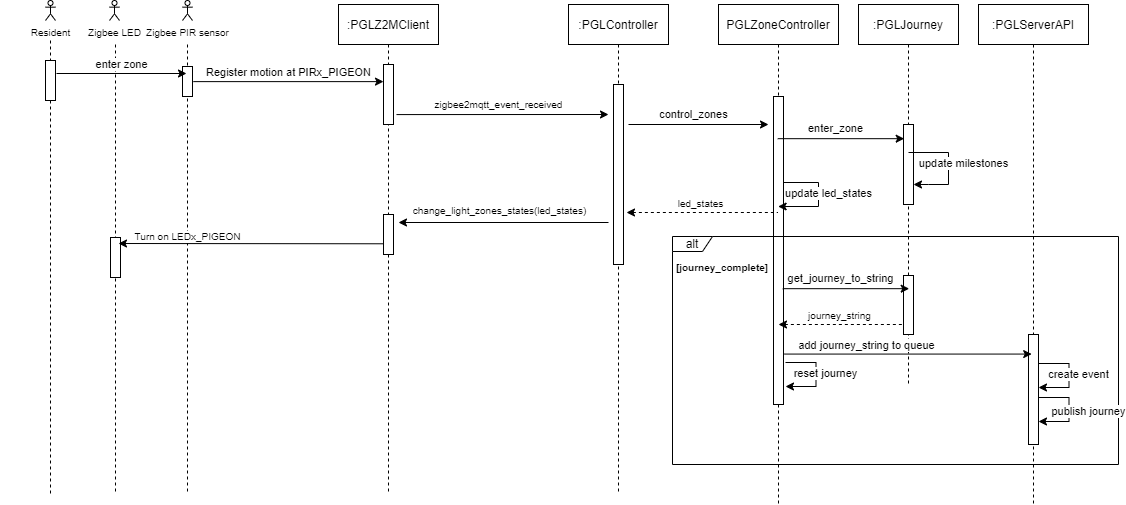
BusterSalomon/PGL keeps this draw.io diagram as UML_Diagrams/SequenceDiagrams/enterzonesequence.png. Above is the earlier version. Source tidied: cells renumbered, new cells last; positions are measured from the earlier drawing's top-left corner, leaving out a move shared by most shapes.
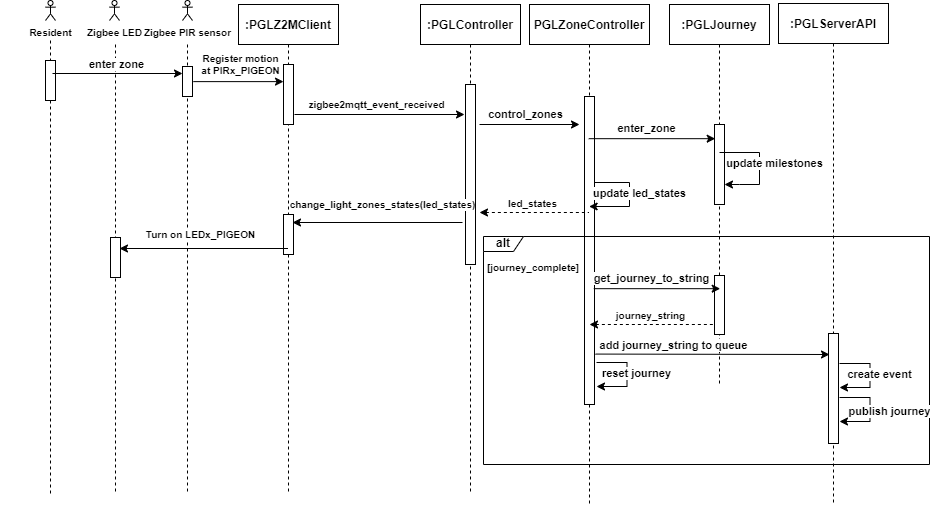
Above is the later version.

The edit, as a diff of the source:
```diff
@@ -2,40 +2,40 @@
   <root>
     <mxCell id="0" />
     <mxCell id="1" parent="0" />
-    <mxCell id="2" style="shape=umlLifeline;perimeter=lifelinePerimeter;rounded=0;shadow=0;strokeWidth=1;size=0;" parent="1" vertex="1">
-      <mxGeometry x="137" y="44" width="100" height="450" as="geometry" />
+    <mxCell id="2" style="shape=umlLifeline;perimeter=lifelinePerimeter;rounded=0;shadow=0;strokeWidth=1;size=0;fontStyle=1;" parent="1" vertex="1">
+      <mxGeometry x="326" y="44" width="100" height="450" as="geometry" />
     </mxCell>
-    <mxCell id="3" style="points=[];perimeter=orthogonalPerimeter;rounded=0;shadow=0;strokeWidth=1;" parent="2" vertex="1">
+    <mxCell id="3" style="points=[];perimeter=orthogonalPerimeter;rounded=0;shadow=0;strokeWidth=1;fontStyle=1;" parent="2" vertex="1">
       <mxGeometry x="45" y="22" width="10" height="30" as="geometry" />
     </mxCell>
-    <mxCell id="4" value=":PGLZ2MClient" style="shape=umlLifeline;perimeter=lifelinePerimeter;rounded=0;shadow=0;strokeWidth=1;" parent="1" vertex="1">
-      <mxGeometry x="338" y="4" width="100" height="490" as="geometry" />
+    <mxCell id="4" value=":PGLZ2MClient" style="shape=umlLifeline;perimeter=lifelinePerimeter;rounded=0;shadow=0;strokeWidth=1;fontStyle=1;" parent="1" vertex="1">
+      <mxGeometry x="427" y="4" width="100" height="490" as="geometry" />
     </mxCell>
-    <mxCell id="5" style="points=[];perimeter=orthogonalPerimeter;rounded=0;shadow=0;strokeWidth=1;" parent="4" vertex="1">
+    <mxCell id="5" style="points=[];perimeter=orthogonalPerimeter;rounded=0;shadow=0;strokeWidth=1;fontStyle=1;" parent="4" vertex="1">
       <mxGeometry x="45" y="60" width="10" height="60" as="geometry" />
     </mxCell>
-    <mxCell id="6" style="perimeter=orthogonalPerimeter;rounded=0;shadow=0;strokeWidth=1;" parent="4" vertex="1">
+    <mxCell id="6" style="perimeter=orthogonalPerimeter;rounded=0;shadow=0;strokeWidth=1;fontStyle=1;" parent="4" vertex="1">
       <mxGeometry x="45" y="210" width="10" height="40" as="geometry" />
     </mxCell>
-    <mxCell id="7" value=":PGLController" style="shape=umlLifeline;perimeter=lifelinePerimeter;rounded=0;shadow=0;strokeWidth=1;" parent="1" vertex="1">
-      <mxGeometry x="568" y="4" width="100" height="490" as="geometry" />
+    <mxCell id="7" value=":PGLController" style="shape=umlLifeline;perimeter=lifelinePerimeter;rounded=0;shadow=0;strokeWidth=1;fontStyle=1;" parent="1" vertex="1">
+      <mxGeometry x="609" y="4" width="100" height="490" as="geometry" />
     </mxCell>
-    <mxCell id="8" style="perimeter=orthogonalPerimeter;rounded=0;shadow=0;strokeWidth=1;" parent="7" vertex="1">
+    <mxCell id="8" style="perimeter=orthogonalPerimeter;rounded=0;shadow=0;strokeWidth=1;fontStyle=1;" parent="7" vertex="1">
       <mxGeometry x="45" y="80" width="10" height="180" as="geometry" />
     </mxCell>
-    <mxCell id="9" value="PGLZoneController" style="shape=umlLifeline;perimeter=lifelinePerimeter;rounded=0;shadow=0;strokeWidth=1;" parent="1" vertex="1">
+    <mxCell id="9" value="PGLZoneController" style="shape=umlLifeline;perimeter=lifelinePerimeter;rounded=0;shadow=0;strokeWidth=1;fontStyle=1;" parent="1" vertex="1">
       <mxGeometry x="718" y="4" width="120" height="500" as="geometry" />
     </mxCell>
-    <mxCell id="10" style="perimeter=orthogonalPerimeter;rounded=0;shadow=0;strokeWidth=1;" parent="9" vertex="1">
+    <mxCell id="10" style="perimeter=orthogonalPerimeter;rounded=0;shadow=0;strokeWidth=1;fontStyle=1;" parent="9" vertex="1">
       <mxGeometry x="55" y="92" width="10" height="308" as="geometry" />
     </mxCell>
-    <mxCell id="11" value=":PGLJourney" style="shape=umlLifeline;perimeter=lifelinePerimeter;rounded=0;shadow=0;strokeWidth=1;" parent="1" vertex="1">
+    <mxCell id="11" value=":PGLJourney" style="shape=umlLifeline;perimeter=lifelinePerimeter;rounded=0;shadow=0;strokeWidth=1;fontStyle=1;" parent="1" vertex="1">
       <mxGeometry x="858" y="4" width="100" height="380" as="geometry" />
     </mxCell>
-    <mxCell id="12" style="points=[];perimeter=orthogonalPerimeter;rounded=0;shadow=0;strokeWidth=1;" parent="11" vertex="1">
+    <mxCell id="12" style="points=[];perimeter=orthogonalPerimeter;rounded=0;shadow=0;strokeWidth=1;fontStyle=1;" parent="11" vertex="1">
       <mxGeometry x="45" y="120" width="10" height="80" as="geometry" />
     </mxCell>
-    <mxCell id="13" value="update milestones" style="endArrow=classic;html=1;rounded=0;" parent="11" edge="1" target="12">
+    <mxCell id="13" value="update milestones" style="endArrow=classic;html=1;rounded=0;fontStyle=1;" parent="11" edge="1" target="12">
       <mxGeometry x="-0.05" y="15" relative="1" as="geometry">
         <mxPoint x="50" y="148" as="sourcePoint" />
         <Array as="points">
@@ -45,61 +45,60 @@
         </Array>
       </mxGeometry>
     </mxCell>
-    <mxCell id="14" style="perimeter=orthogonalPerimeter;rounded=0;shadow=0;strokeWidth=1;" parent="1" vertex="1">
+    <mxCell id="14" style="perimeter=orthogonalPerimeter;rounded=0;shadow=0;strokeWidth=1;fontStyle=1;" parent="1" vertex="1">
       <mxGeometry x="903" y="275" width="10" height="59" as="geometry" />
     </mxCell>
-    <mxCell id="15" style="shape=umlLifeline;perimeter=lifelinePerimeter;rounded=0;shadow=0;strokeWidth=1;size=0;" parent="1" vertex="1">
-      <mxGeometry x="65" y="44" width="100" height="450" as="geometry" />
+    <mxCell id="15" style="shape=umlLifeline;perimeter=lifelinePerimeter;rounded=0;shadow=0;strokeWidth=1;size=0;fontStyle=1;" parent="1" vertex="1">
+      <mxGeometry x="254" y="44" width="100" height="450" as="geometry" />
     </mxCell>
-    <mxCell id="16" style="points=[];perimeter=orthogonalPerimeter;rounded=0;shadow=0;strokeWidth=1;" parent="15" vertex="1">
+    <mxCell id="16" style="points=[];perimeter=orthogonalPerimeter;rounded=0;shadow=0;strokeWidth=1;fontStyle=1;" parent="15" vertex="1">
       <mxGeometry x="45" y="193" width="10" height="40" as="geometry" />
     </mxCell>
-    <mxCell id="17" value="Register motion at PIRx_PIGEON" style="endArrow=classic;html=1;rounded=0;exitX=1.083;exitY=0.504;exitDx=0;exitDy=0;exitPerimeter=0;" parent="1" edge="1" source="3" target="5">
-      <mxGeometry y="9" relative="1" as="geometry" />
+    <mxCell id="17" value="Register motion &lt;br&gt;at PIRx_PIGEON" style="endArrow=classic;rounded=0;exitX=1.083;exitY=0.504;exitDx=0;exitDy=0;exitPerimeter=0;fontSize=10;html=1;spacing=10;fontStyle=1;" parent="1" edge="1" source="3" target="5">
+      <mxGeometry x="0.05" y="17" relative="1" as="geometry">
+        <mxPoint x="1" as="offset" />
+      </mxGeometry>
     </mxCell>
-    <mxCell id="18" value="zigbee2mqtt_event_received" style="endArrow=classic;html=1;rounded=0;exitX=1.5;exitY=0.313;exitDx=0;exitDy=0;exitPerimeter=0;strokeWidth=1;fontSize=10;" parent="1" edge="1">
+    <mxCell id="18" value="zigbee2mqtt_event_received" style="endArrow=classic;html=1;rounded=0;strokeWidth=1;fontSize=10;fontStyle=1;" parent="1" edge="1">
       <mxGeometry x="-0.04" y="10" relative="1" as="geometry">
-        <mxPoint x="396" y="114.1" as="sourcePoint" />
-        <mxPoint x="608" y="114" as="targetPoint" />
+        <mxPoint x="483" y="114" as="sourcePoint" />
+        <mxPoint x="653" y="114" as="targetPoint" />
       </mxGeometry>
     </mxCell>
-    <mxCell id="19" value="change_light_zones_states(led_states)" style="endArrow=classic;html=1;rounded=0;strokeWidth=1;fontSize=10;" parent="1" edge="1">
-      <mxGeometry x="0.05" y="-12" relative="1" as="geometry">
-        <mxPoint x="608" y="222" as="sourcePoint" />
-        <mxPoint x="398" y="222" as="targetPoint" />
+    <mxCell id="19" value="change_light_zones_states(led_states)" style="endArrow=classic;html=1;rounded=0;strokeWidth=1;fontSize=10;fontStyle=1;" parent="1" edge="1">
+      <mxGeometry x="-0.06" y="-18" relative="1" as="geometry">
+        <mxPoint x="651" y="222" as="sourcePoint" />
+        <mxPoint x="481" y="222" as="targetPoint" />
       </mxGeometry>
     </mxCell>
-    <mxCell id="20" value="Turn on LEDx_PIGEON" style="endArrow=classic;html=1;rounded=0;strokeWidth=1;fontSize=10;exitX=0.032;exitY=0.796;exitDx=0;exitDy=0;exitPerimeter=0;" parent="1" edge="1">
-      <mxGeometry x="0.49" y="-7" relative="1" as="geometry">
-        <mxPoint x="383.3" y="243.3" as="sourcePoint" />
-        <mxPoint x="118" y="243" as="targetPoint" />
-      </mxGeometry>
+    <mxCell id="20" value="Turn on LEDx_PIGEON" style="endArrow=classic;html=1;rounded=0;strokeWidth=1;fontSize=10;entryX=0.9;entryY=0.275;entryDx=0;entryDy=0;entryPerimeter=0;fontStyle=1;" parent="1" edge="1" source="4" target="16">
+      <mxGeometry x="0.04" y="-14" relative="1" as="geometry" />
     </mxCell>
-    <mxCell id="21" value="led_states" style="endArrow=none;html=1;rounded=0;strokeWidth=1;fontSize=10;startArrow=classic;startFill=1;endFill=0;dashed=1;" parent="1" edge="1">
+    <mxCell id="21" value="led_states" style="endArrow=none;html=1;rounded=0;strokeWidth=1;fontSize=10;startArrow=classic;startFill=1;endFill=0;dashed=1;fontStyle=1;" parent="1" edge="1">
       <mxGeometry x="-0.02" y="9" relative="1" as="geometry">
-        <mxPoint x="626" y="212" as="sourcePoint" />
+        <mxPoint x="668" y="212" as="sourcePoint" />
         <mxPoint x="777.5" y="212" as="targetPoint" />
       </mxGeometry>
     </mxCell>
-    <mxCell id="22" value="Zigbee LED" style="shape=umlActor;verticalLabelPosition=bottom;verticalAlign=top;html=1;fontSize=10;" parent="1" vertex="1">
-      <mxGeometry x="109" width="10" height="20" as="geometry" />
+    <mxCell id="22" value="Zigbee LED" style="shape=umlActor;verticalLabelPosition=bottom;verticalAlign=top;html=1;fontSize=10;fontStyle=1;" parent="1" vertex="1">
+      <mxGeometry x="298" width="10" height="20" as="geometry" />
     </mxCell>
-    <mxCell id="23" value="Zigbee PIR sensor" style="shape=umlActor;verticalLabelPosition=bottom;verticalAlign=top;html=1;fontSize=10;" parent="1" vertex="1">
-      <mxGeometry x="182" width="10" height="20" as="geometry" />
+    <mxCell id="23" value="Zigbee PIR sensor" style="shape=umlActor;verticalLabelPosition=bottom;verticalAlign=top;html=1;fontSize=10;fontStyle=1;" parent="1" vertex="1">
+      <mxGeometry x="371" width="10" height="20" as="geometry" />
     </mxCell>
-    <mxCell id="24" value="control_zones" style="endArrow=classic;html=1;rounded=0;" parent="1" edge="1">
+    <mxCell id="24" value="control_zones" style="endArrow=classic;html=1;rounded=0;fontStyle=1;" parent="1" edge="1">
       <mxGeometry x="-0.08" y="10" relative="1" as="geometry">
-        <mxPoint x="628" y="124" as="sourcePoint" />
+        <mxPoint x="668" y="124" as="sourcePoint" />
         <mxPoint x="768" y="124" as="targetPoint" />
       </mxGeometry>
     </mxCell>
-    <mxCell id="25" value="enter_zone" style="endArrow=classic;html=1;rounded=0;entryX=0.07;entryY=0.155;entryDx=0;entryDy=0;entryPerimeter=0;" parent="1" edge="1">
+    <mxCell id="25" value="enter_zone" style="endArrow=classic;html=1;rounded=0;entryX=0.07;entryY=0.155;entryDx=0;entryDy=0;entryPerimeter=0;fontStyle=1;" parent="1" edge="1">
       <mxGeometry x="-0.08" y="10" relative="1" as="geometry">
         <mxPoint x="777.2" y="138.2" as="sourcePoint" />
         <mxPoint x="903.7" y="138.2" as="targetPoint" />
       </mxGeometry>
     </mxCell>
-    <mxCell id="26" value="update led_states" style="endArrow=classic;html=1;rounded=0;" parent="1" edge="1">
+    <mxCell id="26" value="update led_states" style="endArrow=classic;html=1;rounded=0;fontStyle=1;" parent="1" edge="1">
       <mxGeometry x="-0.08" y="10" relative="1" as="geometry">
         <mxPoint x="783" y="182" as="sourcePoint" />
         <mxPoint x="777.6" y="206" as="targetPoint" />
@@ -110,59 +109,59 @@
         </Array>
       </mxGeometry>
     </mxCell>
-    <mxCell id="27" value=":PGLServerAPI" style="shape=umlLifeline;perimeter=lifelinePerimeter;rounded=0;shadow=0;strokeWidth=1;" parent="1" vertex="1">
-      <mxGeometry x="978" y="4" width="110" height="500" as="geometry" />
+    <mxCell id="27" value=":PGLServerAPI" style="shape=umlLifeline;perimeter=lifelinePerimeter;rounded=0;shadow=0;strokeWidth=1;fontStyle=1;" parent="1" vertex="1">
+      <mxGeometry x="967" y="3" width="110" height="500" as="geometry" />
     </mxCell>
-    <mxCell id="28" style="perimeter=orthogonalPerimeter;rounded=0;shadow=0;strokeWidth=1;" parent="27" vertex="1">
+    <mxCell id="28" style="perimeter=orthogonalPerimeter;rounded=0;shadow=0;strokeWidth=1;fontStyle=1;" parent="27" vertex="1">
       <mxGeometry x="50" y="330" width="10" height="110" as="geometry" />
     </mxCell>
-    <mxCell id="29" value="alt" style="shape=umlFrame;whiteSpace=wrap;html=1;width=40;height=15;" parent="1" vertex="1">
+    <mxCell id="29" value="alt" style="shape=umlFrame;whiteSpace=wrap;html=1;width=40;height=15;fontStyle=1;" parent="1" vertex="1">
       <mxGeometry x="672" y="236" width="446" height="228" as="geometry" />
     </mxCell>
     <mxCell id="30" value="&lt;font style=&quot;font-size: 10px;&quot;&gt;[journey_complete]&lt;/font&gt;" style="text;html=1;strokeColor=none;fillColor=none;align=center;verticalAlign=middle;whiteSpace=wrap;rounded=0;fontStyle=1;" parent="29" vertex="1">
       <mxGeometry x="10" y="16" width="80" height="30" as="geometry" />
     </mxCell>
-    <mxCell id="31" value="journey_string" style="endArrow=none;html=1;rounded=0;strokeWidth=1;fontSize=10;startArrow=classic;startFill=1;endFill=0;dashed=1;" parent="29" edge="1">
+    <mxCell id="31" value="journey_string" style="endArrow=none;html=1;rounded=0;strokeWidth=1;fontSize=10;startArrow=classic;startFill=1;endFill=0;dashed=1;fontStyle=1;" parent="29" edge="1">
       <mxGeometry x="-0.02" y="9" relative="1" as="geometry">
         <mxPoint x="106" y="88" as="sourcePoint" />
         <mxPoint x="231" y="88" as="targetPoint" />
       </mxGeometry>
     </mxCell>
-    <mxCell id="32" value="get_journey_to_string" style="endArrow=classic;html=1;rounded=0;entryX=0.07;entryY=0.155;entryDx=0;entryDy=0;entryPerimeter=0;" parent="1" edge="1">
+    <mxCell id="32" value="get_journey_to_string" style="endArrow=classic;html=1;rounded=0;entryX=0.07;entryY=0.155;entryDx=0;entryDy=0;entryPerimeter=0;fontStyle=1;" parent="1" edge="1">
       <mxGeometry x="-0.08" y="10" relative="1" as="geometry">
         <mxPoint x="782.2" y="288.2" as="sourcePoint" />
         <mxPoint x="908.7" y="288.2" as="targetPoint" />
       </mxGeometry>
     </mxCell>
-    <mxCell id="33" value="add journey_string to queue" style="endArrow=classic;html=1;rounded=0;entryX=0.07;entryY=0.155;entryDx=0;entryDy=0;entryPerimeter=0;" parent="1" edge="1">
+    <mxCell id="33" value="add journey_string to queue" style="endArrow=classic;html=1;rounded=0;fontStyle=1;" parent="1" edge="1">
       <mxGeometry x="-0.34" y="9" relative="1" as="geometry">
         <mxPoint x="784" y="353.6" as="sourcePoint" />
-        <mxPoint x="1031.2" y="353.6" as="targetPoint" />
+        <mxPoint x="1018" y="354" as="targetPoint" />
       </mxGeometry>
     </mxCell>
-    <mxCell id="34" value="create event" style="endArrow=classic;html=1;rounded=0;" parent="1" edge="1">
+    <mxCell id="34" value="create event" style="endArrow=classic;html=1;rounded=0;fontStyle=1;" parent="1" edge="1">
       <mxGeometry x="-0.02" y="9" relative="1" as="geometry">
-        <mxPoint x="1038" y="363" as="sourcePoint" />
-        <mxPoint x="1038" y="387" as="targetPoint" />
+        <mxPoint x="1028" y="363" as="sourcePoint" />
+        <mxPoint x="1028" y="387" as="targetPoint" />
         <Array as="points">
-          <mxPoint x="1068.5" y="363" />
-          <mxPoint x="1068.5" y="377" />
-          <mxPoint x="1068.5" y="387" />
+          <mxPoint x="1058.5" y="363" />
+          <mxPoint x="1058.5" y="377" />
+          <mxPoint x="1058.5" y="387" />
         </Array>
       </mxGeometry>
     </mxCell>
-    <mxCell id="35" value="publish journey" style="endArrow=classic;html=1;rounded=0;" parent="1" edge="1">
+    <mxCell id="35" value="publish journey" style="endArrow=classic;html=1;rounded=0;fontStyle=1;" parent="1" edge="1">
       <mxGeometry x="0.05" y="19" relative="1" as="geometry">
-        <mxPoint x="1038" y="397" as="sourcePoint" />
-        <mxPoint x="1038" y="421" as="targetPoint" />
+        <mxPoint x="1028" y="397" as="sourcePoint" />
+        <mxPoint x="1028" y="421" as="targetPoint" />
         <Array as="points">
-          <mxPoint x="1068.5" y="397" />
-          <mxPoint x="1068.5" y="411" />
-          <mxPoint x="1068.5" y="421" />
+          <mxPoint x="1058.5" y="397" />
+          <mxPoint x="1058.5" y="411" />
+          <mxPoint x="1058.5" y="421" />
         </Array>
       </mxGeometry>
     </mxCell>
-    <mxCell id="36" value="reset journey" style="endArrow=classic;html=1;rounded=0;" parent="1" edge="1">
+    <mxCell id="36" value="reset journey" style="endArrow=classic;html=1;rounded=0;fontStyle=1;" parent="1" edge="1">
       <mxGeometry x="-0.02" y="9" relative="1" as="geometry">
         <mxPoint x="785" y="362" as="sourcePoint" />
         <mxPoint x="785" y="386" as="targetPoint" />
@@ -173,19 +172,19 @@
         </Array>
       </mxGeometry>
     </mxCell>
-    <mxCell id="37" value="Resident" style="shape=umlActor;verticalLabelPosition=bottom;verticalAlign=top;html=1;fontSize=10;" parent="1" vertex="1">
-      <mxGeometry x="45" width="10" height="20" as="geometry" />
+    <mxCell id="37" value="Resident" style="shape=umlActor;verticalLabelPosition=bottom;verticalAlign=top;html=1;fontSize=10;fontStyle=1;" parent="1" vertex="1">
+      <mxGeometry x="234" width="10" height="20" as="geometry" />
     </mxCell>
-    <mxCell id="38" style="shape=umlLifeline;perimeter=lifelinePerimeter;rounded=0;shadow=0;strokeWidth=1;size=0;" parent="1" vertex="1">
-      <mxGeometry y="40" width="100" height="454" as="geometry" />
+    <mxCell id="38" style="shape=umlLifeline;perimeter=lifelinePerimeter;rounded=0;shadow=0;strokeWidth=1;size=0;fontStyle=1;" parent="1" vertex="1">
+      <mxGeometry x="189" y="40" width="100" height="454" as="geometry" />
     </mxCell>
-    <mxCell id="39" style="perimeter=orthogonalPerimeter;rounded=0;shadow=0;strokeWidth=1;" parent="38" vertex="1">
+    <mxCell id="39" style="perimeter=orthogonalPerimeter;rounded=0;shadow=0;strokeWidth=1;fontStyle=1;" parent="38" vertex="1">
       <mxGeometry x="45" y="20" width="10" height="40" as="geometry" />
     </mxCell>
-    <mxCell id="40" value="enter zone" style="endArrow=classic;html=1;rounded=0;exitX=1.083;exitY=0.504;exitDx=0;exitDy=0;exitPerimeter=0;" parent="1" edge="1">
+    <mxCell id="40" value="enter zone" style="endArrow=classic;html=1;rounded=0;exitX=1.083;exitY=0.504;exitDx=0;exitDy=0;exitPerimeter=0;fontStyle=1;" parent="1" edge="1">
       <mxGeometry y="9" relative="1" as="geometry">
-        <mxPoint x="56" y="73" as="sourcePoint" />
-        <mxPoint x="186" y="73" as="targetPoint" />
+        <mxPoint x="241" y="73" as="sourcePoint" />
+        <mxPoint x="371" y="73" as="targetPoint" />
       </mxGeometry>
     </mxCell>
   </root>
```
